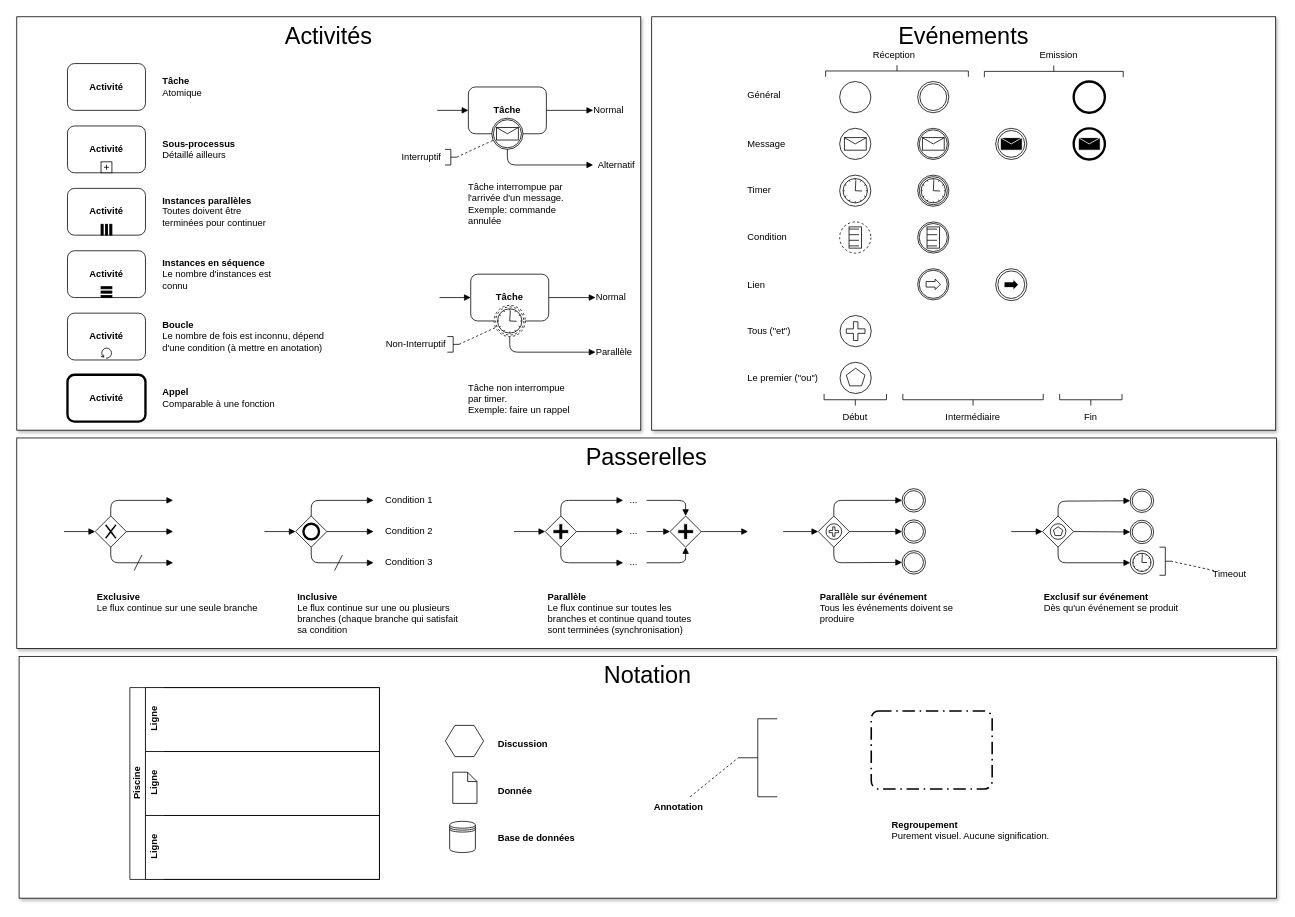
Above: b-UnitesEnseignement/FluxMetiers/BPMN.drawio in ETML-INF/254-ProcessusMetier (draw.io), before the change. Source tidied: cells renumbered, new cells numbered last; positions are measured from the earlier drawing's top-left corner, leaving out a move shared by most shapes. Both pictures are drawn from the tidied source at 78%, with x=0, y=0 at pixel (16, -1).
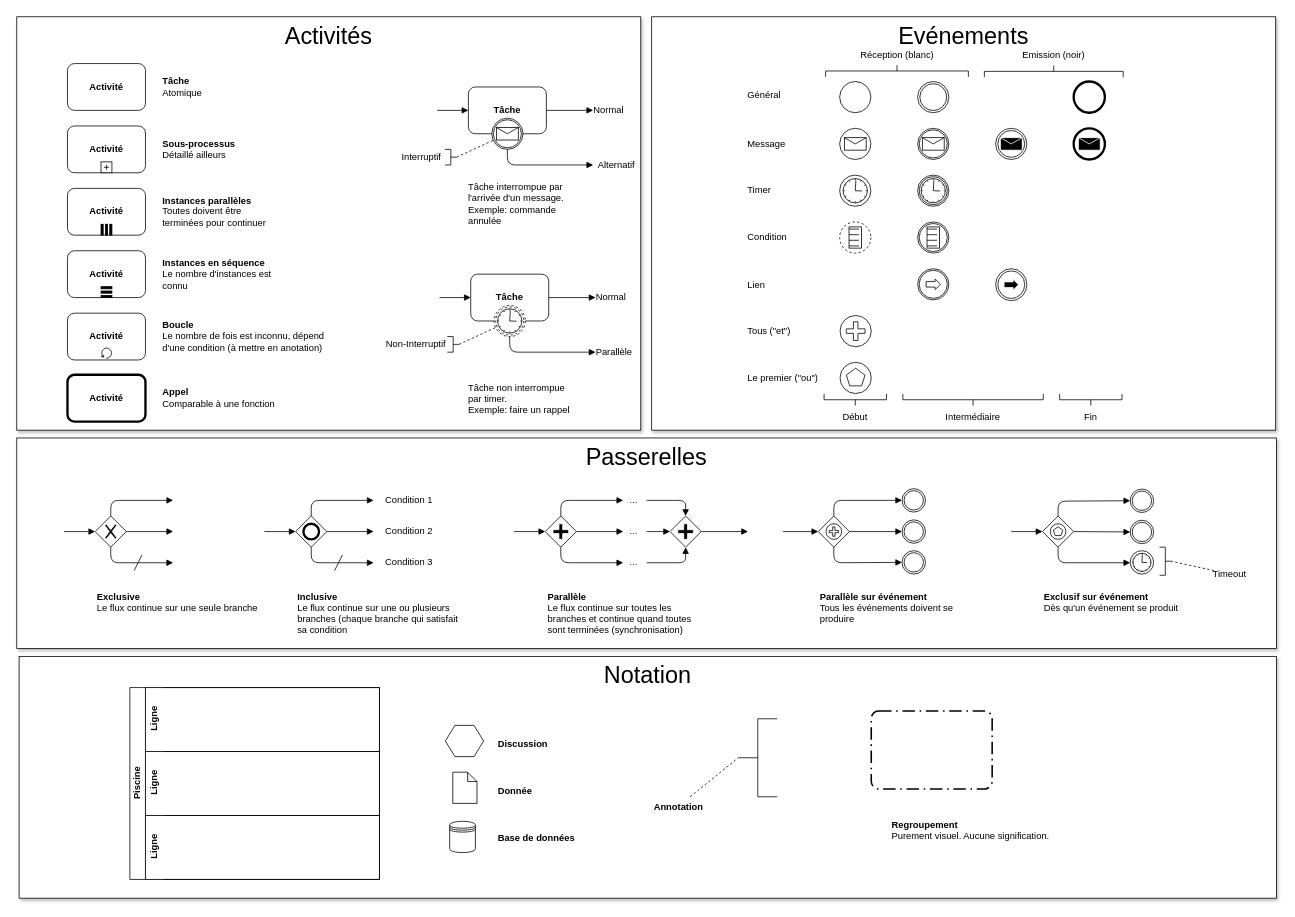
The same diagram, later.

What changed in the source:
```diff
@@
-    <mxCell id="98" value="Réception" style="text;html=1;strokeColor=none;fillColor=none;align=center;verticalAlign=middle;whiteSpace=wrap;rounded=0;" parent="1" vertex="1">
-      <mxGeometry x="1105" y="61.5" width="40" height="20" as="geometry" />
+    <mxCell id="98" value="Réception (blanc)" style="text;html=1;strokeColor=none;fillColor=none;align=center;verticalAlign=middle;whiteSpace=wrap;rounded=0;" parent="1" vertex="1">
+      <mxGeometry x="1078.5" y="62" width="100" height="20" as="geometry" />
     </mxCell>
-    <mxCell id="99" value="Emission" style="text;html=1;strokeColor=none;fillColor=none;align=center;verticalAlign=middle;whiteSpace=wrap;rounded=0;" parent="1" vertex="1">
-      <mxGeometry x="1316" y="61.5" width="40" height="20" as="geometry" />
+    <mxCell id="99" value="Emission (noir)" style="text;html=1;strokeColor=none;fillColor=none;align=center;verticalAlign=middle;whiteSpace=wrap;rounded=0;" parent="1" vertex="1">
+      <mxGeometry x="1285" y="62" width="89" height="20" as="geometry" />
     </mxCell>
```
